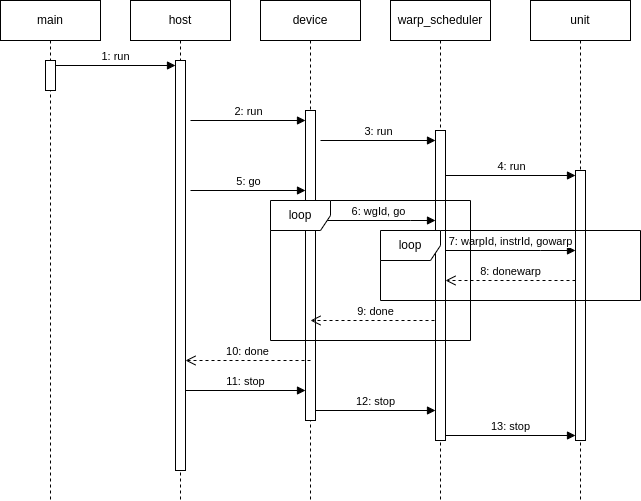
Above: level_2/diagram.png in pddemchuk/autotune (draw.io), before the change. Source tidied: cells renumbered, new cells last; positions are measured from the earlier drawing's top-left corner, leaving out a move shared by most shapes. Its diagram source:
```xml
<mxGraphModel>
  <root>
    <mxCell id="0" />
    <mxCell id="1" parent="0" />
    <mxCell id="2" value="main" style="shape=umlLifeline;perimeter=lifelinePerimeter;whiteSpace=wrap;html=1;newEdgeStyle={&quot;edgeStyle&quot;:&quot;elbowEdgeStyle&quot;,&quot;elbow&quot;:&quot;vertical&quot;,&quot;curved&quot;:0,&quot;rounded&quot;:0};" parent="1" vertex="1">
      <mxGeometry width="100" height="500" as="geometry" />
    </mxCell>
    <mxCell id="3" style="html=1;points=[[0,0,0,0,5],[0,1,0,0,-5],[1,0,0,0,5],[1,1,0,0,-5]];perimeter=orthogonalPerimeter;outlineConnect=0;targetShapes=umlLifeline;portConstraint=eastwest;newEdgeStyle={&quot;curved&quot;:0,&quot;rounded&quot;:0};" parent="2" vertex="1">
      <mxGeometry x="45" y="60" width="10" height="30" as="geometry" />
    </mxCell>
    <mxCell id="4" value="host" style="shape=umlLifeline;perimeter=lifelinePerimeter;whiteSpace=wrap;html=1;newEdgeStyle={&quot;edgeStyle&quot;:&quot;elbowEdgeStyle&quot;,&quot;elbow&quot;:&quot;vertical&quot;,&quot;curved&quot;:0,&quot;rounded&quot;:0};" parent="1" vertex="1">
      <mxGeometry x="130" width="100" height="500" as="geometry" />
    </mxCell>
    <mxCell id="5" style="html=1;points=[[0,0,0,0,5],[0,1,0,0,-5],[1,0,0,0,5],[1,1,0,0,-5]];perimeter=orthogonalPerimeter;outlineConnect=0;targetShapes=umlLifeline;portConstraint=eastwest;newEdgeStyle={&quot;curved&quot;:0,&quot;rounded&quot;:0};" parent="4" vertex="1">
      <mxGeometry x="45" y="60" width="10" height="410" as="geometry" />
    </mxCell>
    <mxCell id="6" value="1: run" style="html=1;verticalAlign=bottom;endArrow=block;curved=0;rounded=0;exitX=1;exitY=0;exitDx=0;exitDy=5;exitPerimeter=0;entryX=0;entryY=0;entryDx=0;entryDy=5;entryPerimeter=0;" parent="1" edge="1" source="3" target="5">
      <mxGeometry relative="1" as="geometry" />
    </mxCell>
    <mxCell id="7" value="device" style="shape=umlLifeline;perimeter=lifelinePerimeter;whiteSpace=wrap;html=1;newEdgeStyle={&quot;edgeStyle&quot;:&quot;elbowEdgeStyle&quot;,&quot;elbow&quot;:&quot;vertical&quot;,&quot;curved&quot;:0,&quot;rounded&quot;:0};" parent="1" vertex="1">
      <mxGeometry x="260" width="100" height="500" as="geometry" />
    </mxCell>
    <mxCell id="8" style="html=1;points=[[0,0,0,0,5],[0,1,0,0,-5],[1,0,0,0,5],[1,1,0,0,-5]];perimeter=orthogonalPerimeter;outlineConnect=0;targetShapes=umlLifeline;portConstraint=eastwest;newEdgeStyle={&quot;curved&quot;:0,&quot;rounded&quot;:0};" parent="7" vertex="1">
      <mxGeometry x="45" y="110" width="10" height="310" as="geometry" />
    </mxCell>
    <mxCell id="9" value="unit" style="shape=umlLifeline;perimeter=lifelinePerimeter;whiteSpace=wrap;html=1;newEdgeStyle={&quot;edgeStyle&quot;:&quot;elbowEdgeStyle&quot;,&quot;elbow&quot;:&quot;vertical&quot;,&quot;curved&quot;:0,&quot;rounded&quot;:0};" parent="1" vertex="1">
      <mxGeometry x="530" width="100" height="500" as="geometry" />
    </mxCell>
    <mxCell id="10" style="html=1;points=[[0,0,0,0,5],[0,1,0,0,-5],[1,0,0,0,5],[1,1,0,0,-5]];perimeter=orthogonalPerimeter;outlineConnect=0;targetShapes=umlLifeline;portConstraint=eastwest;newEdgeStyle={&quot;curved&quot;:0,&quot;rounded&quot;:0};" parent="9" vertex="1">
      <mxGeometry x="45" y="170" width="10" height="270" as="geometry" />
    </mxCell>
    <mxCell id="11" value="2&lt;span style=&quot;background-color: light-dark(#ffffff, var(--ge-dark-color, #121212)); color: light-dark(rgb(0, 0, 0), rgb(255, 255, 255));&quot;&gt;: run&lt;/span&gt;" style="html=1;verticalAlign=bottom;endArrow=block;curved=0;rounded=0;" parent="1" edge="1" target="8">
      <mxGeometry x="0.01" relative="1" as="geometry">
        <mxPoint x="190" y="120" as="sourcePoint" />
      </mxGeometry>
    </mxCell>
    <mxCell id="12" value="7:&amp;nbsp;warpId, instrId, gowarp" style="html=1;verticalAlign=bottom;endArrow=block;curved=0;rounded=0;" parent="1" edge="1" source="18" target="10">
      <mxGeometry relative="1" as="geometry">
        <Array as="points">
          <mxPoint x="540.2" y="250" />
        </Array>
      </mxGeometry>
    </mxCell>
    <mxCell id="13" value="6: wgId, go" style="html=1;verticalAlign=bottom;endArrow=block;curved=0;rounded=0;" parent="1" edge="1">
      <mxGeometry relative="1" as="geometry">
        <mxPoint x="320" y="220" as="sourcePoint" />
        <mxPoint x="435" y="220" as="targetPoint" />
        <Array as="points">
          <mxPoint x="410" y="220" />
        </Array>
      </mxGeometry>
    </mxCell>
    <mxCell id="14" value="8: donewarp" style="html=1;verticalAlign=bottom;endArrow=open;dashed=1;endSize=8;curved=0;rounded=0;" parent="1" edge="1" source="10" target="18">
      <mxGeometry relative="1" as="geometry">
        <Array as="points">
          <mxPoint x="505.7" y="280" />
        </Array>
      </mxGeometry>
    </mxCell>
    <mxCell id="15" value="9: done" style="html=1;verticalAlign=bottom;endArrow=open;dashed=1;endSize=8;curved=0;rounded=0;" parent="1" edge="1">
      <mxGeometry relative="1" as="geometry">
        <mxPoint x="440" y="320" as="sourcePoint" />
        <mxPoint x="310" y="320" as="targetPoint" />
      </mxGeometry>
    </mxCell>
    <mxCell id="16" value="11: stop" style="html=1;verticalAlign=bottom;endArrow=block;curved=0;rounded=0;" parent="1" edge="1" source="5">
      <mxGeometry relative="1" as="geometry">
        <mxPoint x="305" y="390" as="targetPoint" />
      </mxGeometry>
    </mxCell>
    <mxCell id="17" value="warp_scheduler" style="shape=umlLifeline;perimeter=lifelinePerimeter;whiteSpace=wrap;html=1;newEdgeStyle={&quot;edgeStyle&quot;:&quot;elbowEdgeStyle&quot;,&quot;elbow&quot;:&quot;vertical&quot;,&quot;curved&quot;:0,&quot;rounded&quot;:0};" parent="1" vertex="1">
      <mxGeometry x="390" width="100" height="500" as="geometry" />
    </mxCell>
    <mxCell id="18" style="html=1;points=[[0,0,0,0,5],[0,1,0,0,-5],[1,0,0,0,5],[1,1,0,0,-5]];perimeter=orthogonalPerimeter;outlineConnect=0;targetShapes=umlLifeline;portConstraint=eastwest;newEdgeStyle={&quot;curved&quot;:0,&quot;rounded&quot;:0};" parent="17" vertex="1">
      <mxGeometry x="45" y="130" width="10" height="310" as="geometry" />
    </mxCell>
    <mxCell id="19" value="&lt;span style=&quot;background-color: light-dark(#ffffff, var(--ge-dark-color, #121212)); color: light-dark(rgb(0, 0, 0), rgb(255, 255, 255));&quot;&gt;3: run&lt;/span&gt;" style="html=1;verticalAlign=bottom;endArrow=block;curved=0;rounded=0;" parent="1" edge="1" target="18">
      <mxGeometry x="0.01" relative="1" as="geometry">
        <mxPoint x="320" y="140" as="sourcePoint" />
      </mxGeometry>
    </mxCell>
    <mxCell id="20" value="&lt;span style=&quot;background-color: light-dark(#ffffff, var(--ge-dark-color, #121212)); color: light-dark(rgb(0, 0, 0), rgb(255, 255, 255));&quot;&gt;4&lt;/span&gt;&lt;span style=&quot;background-color: light-dark(#ffffff, var(--ge-dark-color, #121212)); color: light-dark(rgb(0, 0, 0), rgb(255, 255, 255));&quot;&gt;: run&lt;/span&gt;" style="html=1;verticalAlign=bottom;endArrow=block;curved=0;rounded=0;entryX=0;entryY=0;entryDx=0;entryDy=5;entryPerimeter=0;" parent="1" edge="1" source="18" target="10">
      <mxGeometry x="0.01" relative="1" as="geometry" />
    </mxCell>
    <mxCell id="21" value="&lt;span style=&quot;background-color: light-dark(#ffffff, var(--ge-dark-color, #121212)); color: light-dark(rgb(0, 0, 0), rgb(255, 255, 255));&quot;&gt;5: go&lt;/span&gt;" style="html=1;verticalAlign=bottom;endArrow=block;curved=0;rounded=0;" parent="1" edge="1" target="8">
      <mxGeometry x="0.01" relative="1" as="geometry">
        <mxPoint x="190" y="190" as="sourcePoint" />
      </mxGeometry>
    </mxCell>
    <mxCell id="22" value="loop" style="shape=umlFrame;whiteSpace=wrap;html=1;" parent="1" vertex="1">
      <mxGeometry x="270" y="200" width="200" height="140" as="geometry" />
    </mxCell>
    <mxCell id="23" value="loop" style="shape=umlFrame;whiteSpace=wrap;html=1;" parent="1" vertex="1">
      <mxGeometry x="380" y="230" width="260" height="70" as="geometry" />
    </mxCell>
    <mxCell id="24" value="10: done" style="html=1;verticalAlign=bottom;endArrow=open;dashed=1;endSize=8;curved=0;rounded=0;exitX=0.5;exitY=0.658;exitDx=0;exitDy=0;exitPerimeter=0;" parent="1" edge="1">
      <mxGeometry relative="1" as="geometry">
        <mxPoint x="310" y="360" as="sourcePoint" />
        <mxPoint x="185" y="360" as="targetPoint" />
      </mxGeometry>
    </mxCell>
    <mxCell id="25" value="12&lt;span style=&quot;background-color: light-dark(#ffffff, var(--ge-dark-color, #121212)); color: light-dark(rgb(0, 0, 0), rgb(255, 255, 255));&quot;&gt;: stop&lt;/span&gt;" style="html=1;verticalAlign=bottom;endArrow=block;curved=0;rounded=0;" parent="1" edge="1" source="8">
      <mxGeometry relative="1" as="geometry">
        <mxPoint x="435" y="410" as="targetPoint" />
      </mxGeometry>
    </mxCell>
    <mxCell id="26" value="13: stop" style="html=1;verticalAlign=bottom;endArrow=block;curved=0;rounded=0;exitX=1;exitY=1;exitDx=0;exitDy=-5;exitPerimeter=0;" parent="1" edge="1" source="18" target="10">
      <mxGeometry relative="1" as="geometry" />
    </mxCell>
  </root>
</mxGraphModel>
```
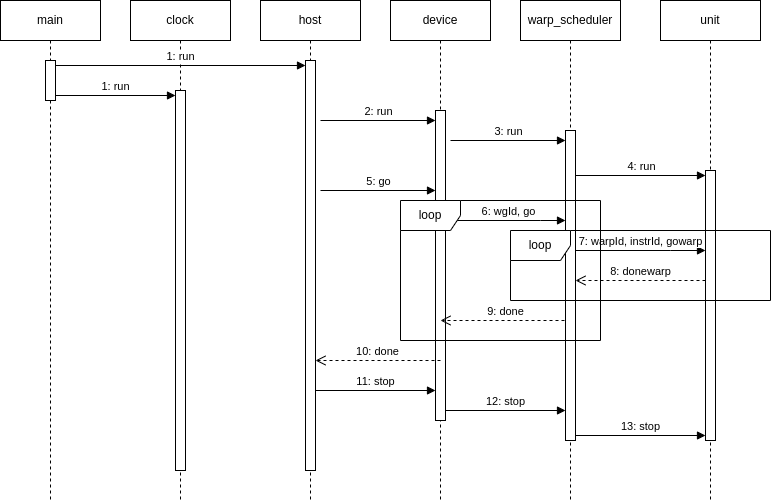
The same file after the commit.

Change to the diagram source:
```diff
@@ -3,10 +3,10 @@
     <mxCell id="0" />
     <mxCell id="1" parent="0" />
     <mxCell id="2" value="main" style="shape=umlLifeline;perimeter=lifelinePerimeter;whiteSpace=wrap;html=1;newEdgeStyle={&quot;edgeStyle&quot;:&quot;elbowEdgeStyle&quot;,&quot;elbow&quot;:&quot;vertical&quot;,&quot;curved&quot;:0,&quot;rounded&quot;:0};" parent="1" vertex="1">
-      <mxGeometry width="100" height="500" as="geometry" />
+      <mxGeometry x="-130" width="100" height="500" as="geometry" />
     </mxCell>
     <mxCell id="3" style="html=1;points=[[0,0,0,0,5],[0,1,0,0,-5],[1,0,0,0,5],[1,1,0,0,-5]];perimeter=orthogonalPerimeter;outlineConnect=0;targetShapes=umlLifeline;portConstraint=eastwest;newEdgeStyle={&quot;curved&quot;:0,&quot;rounded&quot;:0};" parent="2" vertex="1">
-      <mxGeometry x="45" y="60" width="10" height="30" as="geometry" />
+      <mxGeometry x="45" y="60" width="10" height="40" as="geometry" />
     </mxCell>
     <mxCell id="4" value="host" style="shape=umlLifeline;perimeter=lifelinePerimeter;whiteSpace=wrap;html=1;newEdgeStyle={&quot;edgeStyle&quot;:&quot;elbowEdgeStyle&quot;,&quot;elbow&quot;:&quot;vertical&quot;,&quot;curved&quot;:0,&quot;rounded&quot;:0};" parent="1" vertex="1">
       <mxGeometry x="130" width="100" height="500" as="geometry" />
@@ -14,9 +14,6 @@
     <mxCell id="5" style="html=1;points=[[0,0,0,0,5],[0,1,0,0,-5],[1,0,0,0,5],[1,1,0,0,-5]];perimeter=orthogonalPerimeter;outlineConnect=0;targetShapes=umlLifeline;portConstraint=eastwest;newEdgeStyle={&quot;curved&quot;:0,&quot;rounded&quot;:0};" parent="4" vertex="1">
       <mxGeometry x="45" y="60" width="10" height="410" as="geometry" />
     </mxCell>
-    <mxCell id="6" value="1: run" style="html=1;verticalAlign=bottom;endArrow=block;curved=0;rounded=0;exitX=1;exitY=0;exitDx=0;exitDy=5;exitPerimeter=0;entryX=0;entryY=0;entryDx=0;entryDy=5;entryPerimeter=0;" parent="1" edge="1" source="3" target="5">
-      <mxGeometry relative="1" as="geometry" />
-    </mxCell>
     <mxCell id="7" value="device" style="shape=umlLifeline;perimeter=lifelinePerimeter;whiteSpace=wrap;html=1;newEdgeStyle={&quot;edgeStyle&quot;:&quot;elbowEdgeStyle&quot;,&quot;elbow&quot;:&quot;vertical&quot;,&quot;curved&quot;:0,&quot;rounded&quot;:0};" parent="1" vertex="1">
       <mxGeometry x="260" width="100" height="500" as="geometry" />
     </mxCell>
@@ -107,5 +104,17 @@
     <mxCell id="26" value="13: stop" style="html=1;verticalAlign=bottom;endArrow=block;curved=0;rounded=0;exitX=1;exitY=1;exitDx=0;exitDy=-5;exitPerimeter=0;" parent="1" edge="1" source="18" target="10">
       <mxGeometry relative="1" as="geometry" />
     </mxCell>
+    <mxCell id="27" value="clock" style="shape=umlLifeline;perimeter=lifelinePerimeter;whiteSpace=wrap;html=1;newEdgeStyle={&quot;edgeStyle&quot;:&quot;elbowEdgeStyle&quot;,&quot;elbow&quot;:&quot;vertical&quot;,&quot;curved&quot;:0,&quot;rounded&quot;:0};" parent="1" vertex="1">
+      <mxGeometry width="100" height="500" as="geometry" />
+    </mxCell>
+    <mxCell id="28" style="html=1;points=[[0,0,0,0,5],[0,1,0,0,-5],[1,0,0,0,5],[1,1,0,0,-5]];perimeter=orthogonalPerimeter;outlineConnect=0;targetShapes=umlLifeline;portConstraint=eastwest;newEdgeStyle={&quot;curved&quot;:0,&quot;rounded&quot;:0};" parent="27" vertex="1">
+      <mxGeometry x="45" y="90" width="10" height="380" as="geometry" />
+    </mxCell>
+    <mxCell id="29" value="1: run" style="html=1;verticalAlign=bottom;endArrow=block;curved=0;rounded=0;exitX=1;exitY=1;exitDx=0;exitDy=-5;exitPerimeter=0;entryX=0;entryY=0;entryDx=0;entryDy=5;entryPerimeter=0;" parent="1" edge="1" source="3" target="28">
+      <mxGeometry relative="1" as="geometry" />
+    </mxCell>
+    <mxCell id="6" value="1: run" style="html=1;verticalAlign=bottom;endArrow=block;curved=0;rounded=0;exitX=1;exitY=0;exitDx=0;exitDy=5;exitPerimeter=0;entryX=0;entryY=0;entryDx=0;entryDy=5;entryPerimeter=0;" parent="1" edge="1" source="3" target="5">
+      <mxGeometry relative="1" as="geometry" />
+    </mxCell>
   </root>
 </mxGraphModel>
```
